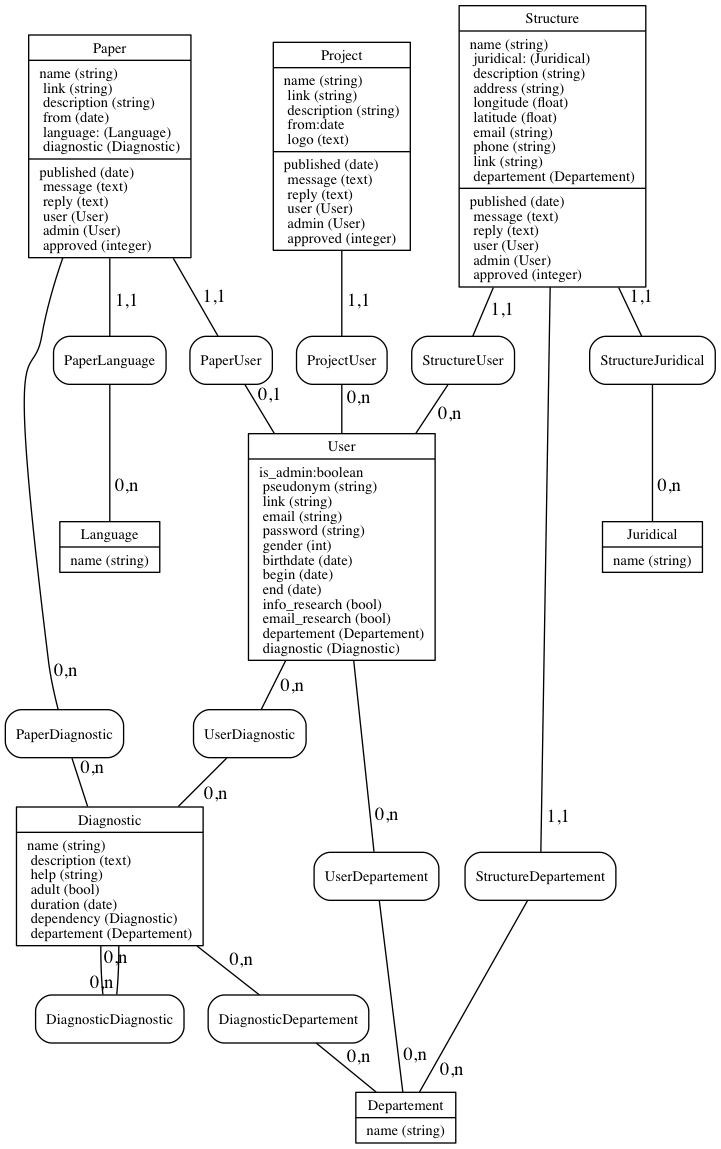
Earlier version of the Graphviz export mcd.png (adjivas/site-ref). Its source is kept beside it as mcd.dot.
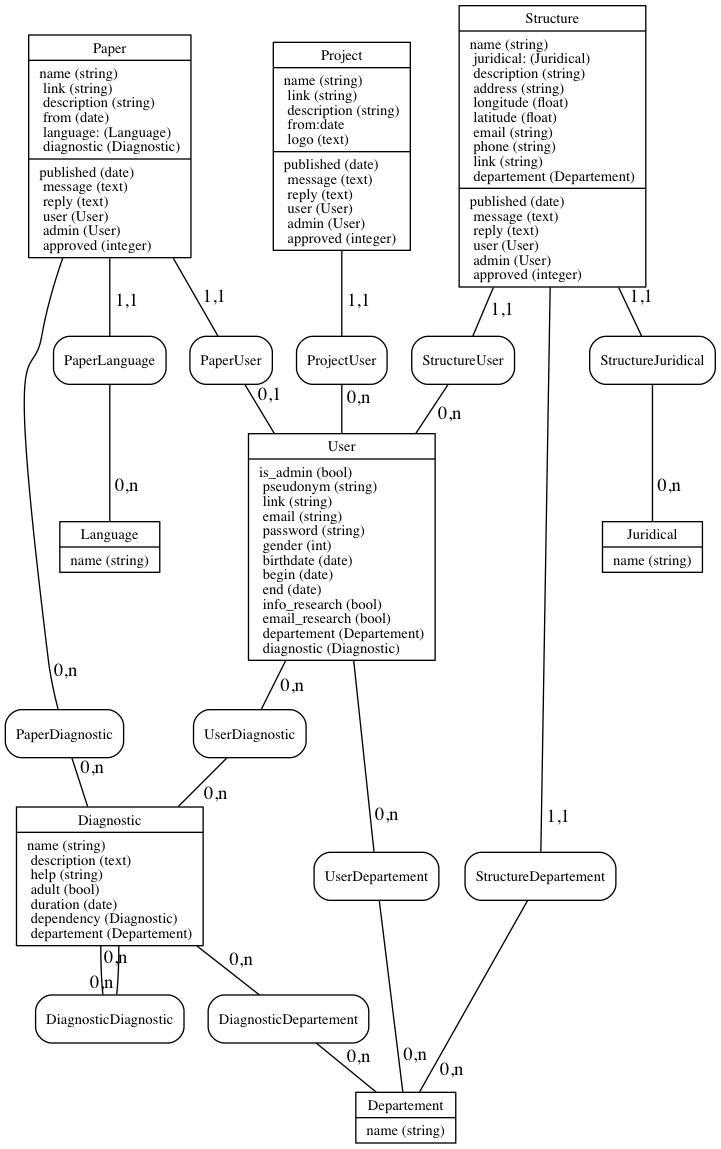
After the change.

Commit message:
fix type is_admin from User - convention

Diff of the diagram source:
```diff
@@ -88,7 +88,7 @@
  nodeTableUser [label = "{
   User
    |
-   is_admin:boolean\l
+   is_admin (bool)\l
    pseudonym (string)\l
    link (string)\l
    email (string)\l
```
